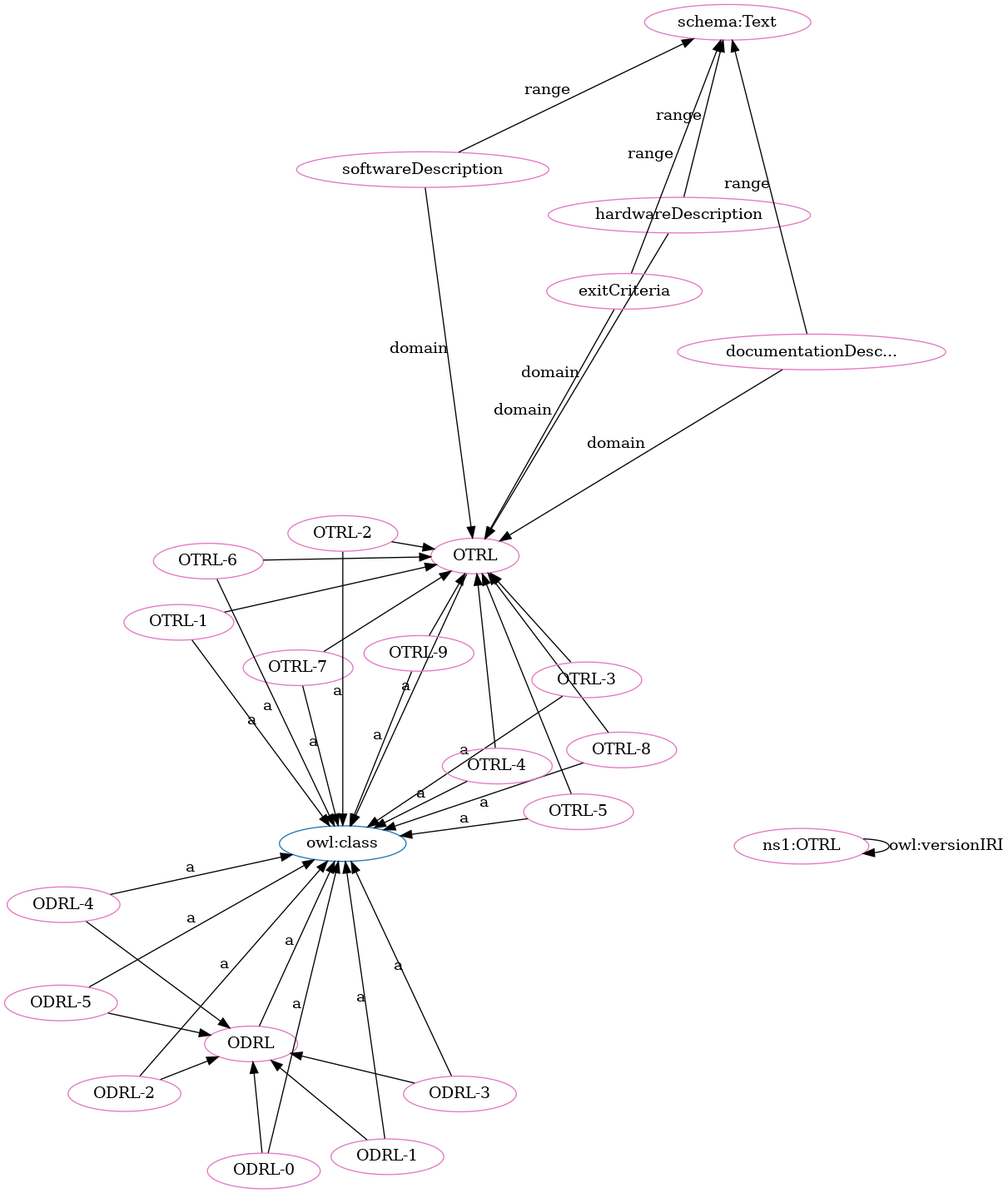
The Graphviz diagram OTRL-clean.png in OPEN-NEXT/OKH-LOSH, before a commit. Its source is kept beside it as OTRL-clean.dot.
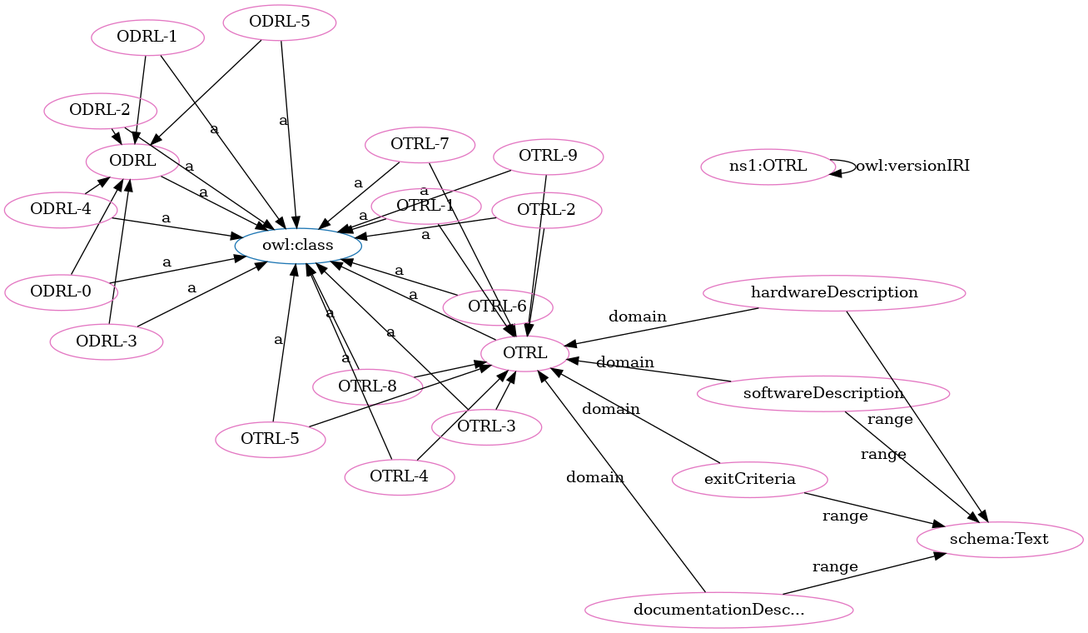
Above is the later version.

What changed in the source:
```diff
@@ -4,68 +4,68 @@
 "http://purl.org/oseg/ontologies/OTRL#ODRL" [fillcolor="#1f77b4" color="#1f77b4" label="ODRL"]
 "http://purl.org/oseg/ontologies/OTRL#OTRL" [fillcolor="#1f77b4" color="#1f77b4" label="OTRL"]
 "http://www.w3.org/2002/07/owl#class" [fillcolor="#1f77b4" color="#1f77b4" label="owl:class"]
+"http://purl.org/oseg/ontologies/OTRL#ODRL" [fillcolor="#e377c2" color="#e377c2" label="ODRL"]
 "http://purl.org/oseg/ontologies/OTRL#OTRL" [fillcolor="#e377c2" color="#e377c2" label="OTRL"]
 "http://schema.org/Text" [fillcolor="#e377c2" color="#e377c2" label="schema:Text"]
+"http://purl.org/oseg/ontologies/OTRL#OTRL-7" [fillcolor="#e377c2" color="#e377c2" label="OTRL-7"]
+"http://purl.org/oseg/ontologies/OTRL#ODRL-1" [fillcolor="#e377c2" color="#e377c2" label="ODRL-1"]
+"http://purl.org/oseg/ontologies/OTRL#ODRL-3" [fillcolor="#e377c2" color="#e377c2" label="ODRL-3"]
+"http://purl.org/oseg/ontologies/OTRL#documentationDescription" [fillcolor="#e377c2" color="#e377c2" label="documentationDesc..."]
+"http://purl.org/oseg/ontologies/OTRL" [fillcolor="#e377c2" color="#e377c2" label="ns1:OTRL"]
+"http://purl.org/oseg/ontologies/OTRL#exitCriteria" [fillcolor="#e377c2" color="#e377c2" label="exitCriteria"]
 "http://purl.org/oseg/ontologies/OTRL#softwareDescription" [fillcolor="#e377c2" color="#e377c2" label="softwareDescription"]
-"http://purl.org/oseg/ontologies/OTRL#OTRL-5" [fillcolor="#e377c2" color="#e377c2" label="OTRL-5"]
-"http://purl.org/oseg/ontologies/OTRL#OTRL-7" [fillcolor="#e377c2" color="#e377c2" label="OTRL-7"]
-"http://purl.org/oseg/ontologies/OTRL#ODRL" [fillcolor="#e377c2" color="#e377c2" label="ODRL"]
-"http://purl.org/oseg/ontologies/OTRL#hardwareDescription" [fillcolor="#e377c2" color="#e377c2" label="hardwareDescription"]
-"http://purl.org/oseg/ontologies/OTRL#exitCriteria" [fillcolor="#e377c2" color="#e377c2" label="exitCriteria"]
-"http://purl.org/oseg/ontologies/OTRL#ODRL-2" [fillcolor="#e377c2" color="#e377c2" label="ODRL-2"]
-"http://purl.org/oseg/ontologies/OTRL#OTRL-6" [fillcolor="#e377c2" color="#e377c2" label="OTRL-6"]
+"http://purl.org/oseg/ontologies/OTRL#ODRL-0" [fillcolor="#e377c2" color="#e377c2" label="ODRL-0"]
 "http://purl.org/oseg/ontologies/OTRL#OTRL-9" [fillcolor="#e377c2" color="#e377c2" label="OTRL-9"]
 "http://purl.org/oseg/ontologies/OTRL#OTRL-8" [fillcolor="#e377c2" color="#e377c2" label="OTRL-8"]
-"http://purl.org/oseg/ontologies/OTRL#documentationDescription" [fillcolor="#e377c2" color="#e377c2" label="documentationDesc..."]
+"http://purl.org/oseg/ontologies/OTRL#OTRL-6" [fillcolor="#e377c2" color="#e377c2" label="OTRL-6"]
+"http://purl.org/oseg/ontologies/OTRL#hardwareDescription" [fillcolor="#e377c2" color="#e377c2" label="hardwareDescription"]
+"http://purl.org/oseg/ontologies/OTRL#OTRL-2" [fillcolor="#e377c2" color="#e377c2" label="OTRL-2"]
+"http://purl.org/oseg/ontologies/OTRL#OTRL-5" [fillcolor="#e377c2" color="#e377c2" label="OTRL-5"]
+"http://purl.org/oseg/ontologies/OTRL#ODRL-2" [fillcolor="#e377c2" color="#e377c2" label="ODRL-2"]
+"http://purl.org/oseg/ontologies/OTRL#OTRL-4" [fillcolor="#e377c2" color="#e377c2" label="OTRL-4"]
+"http://purl.org/oseg/ontologies/OTRL#OTRL-1" [fillcolor="#e377c2" color="#e377c2" label="OTRL-1"]
 "http://purl.org/oseg/ontologies/OTRL#OTRL-3" [fillcolor="#e377c2" color="#e377c2" label="OTRL-3"]
-"http://purl.org/oseg/ontologies/OTRL#ODRL-0" [fillcolor="#e377c2" color="#e377c2" label="ODRL-0"]
-"http://purl.org/oseg/ontologies/OTRL#ODRL-1" [fillcolor="#e377c2" color="#e377c2" label="ODRL-1"]
+"http://purl.org/oseg/ontologies/OTRL#ODRL-4" [fillcolor="#e377c2" color="#e377c2" label="ODRL-4"]
 "http://purl.org/oseg/ontologies/OTRL#ODRL-5" [fillcolor="#e377c2" color="#e377c2" label="ODRL-5"]
-"http://purl.org/oseg/ontologies/OTRL#OTRL-2" [fillcolor="#e377c2" color="#e377c2" label="OTRL-2"]
-"http://purl.org/oseg/ontologies/OTRL" [fillcolor="#e377c2" color="#e377c2" label="ns1:OTRL"]
-"http://purl.org/oseg/ontologies/OTRL#OTRL-1" [fillcolor="#e377c2" color="#e377c2" label="OTRL-1"]
-"http://purl.org/oseg/ontologies/OTRL#ODRL-3" [fillcolor="#e377c2" color="#e377c2" label="ODRL-3"]
-"http://purl.org/oseg/ontologies/OTRL#OTRL-4" [fillcolor="#e377c2" color="#e377c2" label="OTRL-4"]
-"http://purl.org/oseg/ontologies/OTRL#ODRL-4" [fillcolor="#e377c2" color="#e377c2" label="ODRL-4"]
+  "http://purl.org/oseg/ontologies/OTRL#OTRL-8" -> "http://purl.org/oseg/ontologies/OTRL#OTRL" [label=""]
+  "http://purl.org/oseg/ontologies/OTRL#OTRL-5" -> "http://purl.org/oseg/ontologies/OTRL#OTRL" [label=""]
+  "http://purl.org/oseg/ontologies/OTRL#softwareDescription" -> "http://schema.org/Text" [label="range"]
+  "http://purl.org/oseg/ontologies/OTRL#ODRL-3" -> "http://www.w3.org/2002/07/owl#class" [label="a"]
+  "http://purl.org/oseg/ontologies/OTRL#ODRL-0" -> "http://www.w3.org/2002/07/owl#class" [label="a"]
+  "http://purl.org/oseg/ontologies/OTRL#ODRL-2" -> "http://purl.org/oseg/ontologies/OTRL#ODRL" [label=""]
+  "http://purl.org/oseg/ontologies/OTRL#OTRL" -> "http://www.w3.org/2002/07/owl#class" [label="a"]
+  "http://purl.org/oseg/ontologies/OTRL#ODRL-3" -> "http://purl.org/oseg/ontologies/OTRL#ODRL" [label=""]
+  "http://purl.org/oseg/ontologies/OTRL#OTRL-2" -> "http://purl.org/oseg/ontologies/OTRL#OTRL" [label=""]
+  "http://purl.org/oseg/ontologies/OTRL#OTRL-8" -> "http://www.w3.org/2002/07/owl#class" [label="a"]
+  "http://purl.org/oseg/ontologies/OTRL#ODRL-0" -> "http://purl.org/oseg/ontologies/OTRL#ODRL" [label=""]
   "http://purl.org/oseg/ontologies/OTRL#OTRL-5" -> "http://www.w3.org/2002/07/owl#class" [label="a"]
+  "http://purl.org/oseg/ontologies/OTRL#OTRL-4" -> "http://purl.org/oseg/ontologies/OTRL#OTRL" [label=""]
+  "http://purl.org/oseg/ontologies/OTRL#ODRL-5" -> "http://purl.org/oseg/ontologies/OTRL#ODRL" [label=""]
+  "http://purl.org/oseg/ontologies/OTRL#OTRL-1" -> "http://purl.org/oseg/ontologies/OTRL#OTRL" [label=""]
+  "http://purl.org/oseg/ontologies/OTRL#ODRL-2" -> "http://www.w3.org/2002/07/owl#class" [label="a"]
+  "http://purl.org/oseg/ontologies/OTRL#ODRL-4" -> "http://purl.org/oseg/ontologies/OTRL#ODRL" [label=""]
+  "http://purl.org/oseg/ontologies/OTRL#OTRL-3" -> "http://www.w3.org/2002/07/owl#class" [label="a"]
+  "http://purl.org/oseg/ontologies/OTRL" -> "http://purl.org/oseg/ontologies/OTRL" [label="owl:versionIRI"]
+  "http://purl.org/oseg/ontologies/OTRL#ODRL" -> "http://www.w3.org/2002/07/owl#class" [label="a"]
+  "http://purl.org/oseg/ontologies/OTRL#hardwareDescription" -> "http://purl.org/oseg/ontologies/OTRL#OTRL" [label="domain"]
+  "http://purl.org/oseg/ontologies/OTRL#OTRL-9" -> "http://purl.org/oseg/ontologies/OTRL#OTRL" [label=""]
+  "http://purl.org/oseg/ontologies/OTRL#OTRL-6" -> "http://purl.org/oseg/ontologies/OTRL#OTRL" [label=""]
+  "http://purl.org/oseg/ontologies/OTRL#exitCriteria" -> "http://purl.org/oseg/ontologies/OTRL#OTRL" [label="domain"]
   "http://purl.org/oseg/ontologies/OTRL#OTRL-7" -> "http://www.w3.org/2002/07/owl#class" [label="a"]
-  "http://purl.org/oseg/ontologies/OTRL#ODRL" -> "http://www.w3.org/2002/07/owl#class" [label="a"]
-  "http://purl.org/oseg/ontologies/OTRL#exitCriteria" -> "http://schema.org/Text" [label="range"]
-  "http://purl.org/oseg/ontologies/OTRL#softwareDescription" -> "http://purl.org/oseg/ontologies/OTRL#OTRL" [label="domain"]
-  "http://purl.org/oseg/ontologies/OTRL#OTRL-9" -> "http://www.w3.org/2002/07/owl#class" [label="a"]
-  "http://purl.org/oseg/ontologies/OTRL#OTRL-3" -> "http://purl.org/oseg/ontologies/OTRL#OTRL" [label=""]
-  "http://purl.org/oseg/ontologies/OTRL#ODRL-4" -> "http://purl.org/oseg/ontologies/OTRL#ODRL" [label=""]
-  "http://purl.org/oseg/ontologies/OTRL#ODRL-3" -> "http://purl.org/oseg/ontologies/OTRL#ODRL" [label=""]
-  "http://purl.org/oseg/ontologies/OTRL#OTRL-6" -> "http://purl.org/oseg/ontologies/OTRL#OTRL" [label=""]
-  "http://purl.org/oseg/ontologies/OTRL#ODRL-0" -> "http://www.w3.org/2002/07/owl#class" [label="a"]
-  "http://purl.org/oseg/ontologies/OTRL#ODRL-5" -> "http://purl.org/oseg/ontologies/OTRL#ODRL" [label=""]
   "http://purl.org/oseg/ontologies/OTRL#ODRL-1" -> "http://www.w3.org/2002/07/owl#class" [label="a"]
   "http://purl.org/oseg/ontologies/OTRL#hardwareDescription" -> "http://schema.org/Text" [label="range"]
+  "http://purl.org/oseg/ontologies/OTRL#ODRL-1" -> "http://purl.org/oseg/ontologies/OTRL#ODRL" [label=""]
+  "http://purl.org/oseg/ontologies/OTRL#OTRL-9" -> "http://www.w3.org/2002/07/owl#class" [label="a"]
+  "http://purl.org/oseg/ontologies/OTRL#documentationDescription" -> "http://purl.org/oseg/ontologies/OTRL#OTRL" [label="domain"]
+  "http://purl.org/oseg/ontologies/OTRL#documentationDescription" -> "http://schema.org/Text" [label="range"]
+  "http://purl.org/oseg/ontologies/OTRL#OTRL-6" -> "http://www.w3.org/2002/07/owl#class" [label="a"]
+  "http://purl.org/oseg/ontologies/OTRL#OTRL-7" -> "http://purl.org/oseg/ontologies/OTRL#OTRL" [label=""]
+  "http://purl.org/oseg/ontologies/OTRL#exitCriteria" -> "http://schema.org/Text" [label="range"]
+  "http://purl.org/oseg/ontologies/OTRL#OTRL-2" -> "http://www.w3.org/2002/07/owl#class" [label="a"]
+  "http://purl.org/oseg/ontologies/OTRL#OTRL-4" -> "http://www.w3.org/2002/07/owl#class" [label="a"]
+  "http://purl.org/oseg/ontologies/OTRL#OTRL-3" -> "http://purl.org/oseg/ontologies/OTRL#OTRL" [label=""]
+  "http://purl.org/oseg/ontologies/OTRL#softwareDescription" -> "http://purl.org/oseg/ontologies/OTRL#OTRL" [label="domain"]
+  "http://purl.org/oseg/ontologies/OTRL#OTRL-1" -> "http://www.w3.org/2002/07/owl#class" [label="a"]
+  "http://purl.org/oseg/ontologies/OTRL#ODRL-4" -> "http://www.w3.org/2002/07/owl#class" [label="a"]
   "http://purl.org/oseg/ontologies/OTRL#ODRL-5" -> "http://www.w3.org/2002/07/owl#class" [label="a"]
-  "http://purl.org/oseg/ontologies/OTRL#OTRL-2" -> "http://www.w3.org/2002/07/owl#class" [label="a"]
-  "http://purl.org/oseg/ontologies/OTRL#OTRL-8" -> "http://purl.org/oseg/ontologies/OTRL#OTRL" [label=""]
-  "http://purl.org/oseg/ontologies/OTRL#OTRL-1" -> "http://www.w3.org/2002/07/owl#class" [label="a"]
-  "http://purl.org/oseg/ontologies/OTRL#OTRL" -> "http://www.w3.org/2002/07/owl#class" [label="a"]
-  "http://purl.org/oseg/ontologies/OTRL" -> "http://purl.org/oseg/ontologies/OTRL" [label="owl:versionIRI"]
-  "http://purl.org/oseg/ontologies/OTRL#exitCriteria" -> "http://purl.org/oseg/ontologies/OTRL#OTRL" [label="domain"]
-  "http://purl.org/oseg/ontologies/OTRL#softwareDescription" -> "http://schema.org/Text" [label="range"]
-  "http://purl.org/oseg/ontologies/OTRL#OTRL-9" -> "http://purl.org/oseg/ontologies/OTRL#OTRL" [label=""]
-  "http://purl.org/oseg/ontologies/OTRL#documentationDescription" -> "http://schema.org/Text" [label="range"]
-  "http://purl.org/oseg/ontologies/OTRL#ODRL-0" -> "http://purl.org/oseg/ontologies/OTRL#ODRL" [label=""]
-  "http://purl.org/oseg/ontologies/OTRL#OTRL-4" -> "http://purl.org/oseg/ontologies/OTRL#OTRL" [label=""]
-  "http://purl.org/oseg/ontologies/OTRL#ODRL-2" -> "http://www.w3.org/2002/07/owl#class" [label="a"]
-  "http://purl.org/oseg/ontologies/OTRL#OTRL-6" -> "http://www.w3.org/2002/07/owl#class" [label="a"]
-  "http://purl.org/oseg/ontologies/OTRL#OTRL-8" -> "http://www.w3.org/2002/07/owl#class" [label="a"]
-  "http://purl.org/oseg/ontologies/OTRL#OTRL-1" -> "http://purl.org/oseg/ontologies/OTRL#OTRL" [label=""]
-  "http://purl.org/oseg/ontologies/OTRL#OTRL-3" -> "http://www.w3.org/2002/07/owl#class" [label="a"]
-  "http://purl.org/oseg/ontologies/OTRL#ODRL-1" -> "http://purl.org/oseg/ontologies/OTRL#ODRL" [label=""]
-  "http://purl.org/oseg/ontologies/OTRL#documentationDescription" -> "http://purl.org/oseg/ontologies/OTRL#OTRL" [label="domain"]
-  "http://purl.org/oseg/ontologies/OTRL#OTRL-5" -> "http://purl.org/oseg/ontologies/OTRL#OTRL" [label=""]
-  "http://purl.org/oseg/ontologies/OTRL#ODRL-2" -> "http://purl.org/oseg/ontologies/OTRL#ODRL" [label=""]
-  "http://purl.org/oseg/ontologies/OTRL#ODRL-3" -> "http://www.w3.org/2002/07/owl#class" [label="a"]
-  "http://purl.org/oseg/ontologies/OTRL#OTRL-7" -> "http://purl.org/oseg/ontologies/OTRL#OTRL" [label=""]
-  "http://purl.org/oseg/ontologies/OTRL#OTRL-4" -> "http://www.w3.org/2002/07/owl#class" [label="a"]
-  "http://purl.org/oseg/ontologies/OTRL#ODRL-4" -> "http://www.w3.org/2002/07/owl#class" [label="a"]
-  "http://purl.org/oseg/ontologies/OTRL#hardwareDescription" -> "http://purl.org/oseg/ontologies/OTRL#OTRL" [label="domain"]
-  "http://purl.org/oseg/ontologies/OTRL#OTRL-2" -> "http://purl.org/oseg/ontologies/OTRL#OTRL" [label=""]
 }
```
